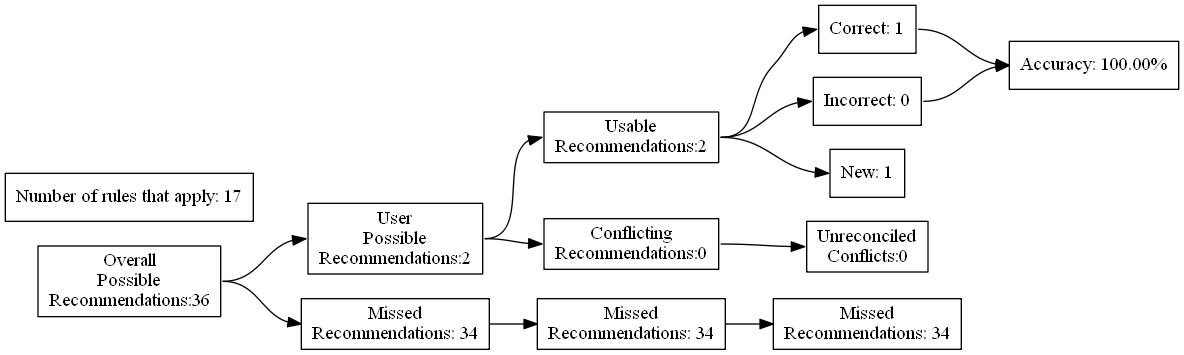
Above: test_renders/9.gv.png in ZaxR/ibd_diet_analysis (Graphviz), before the change. Its source is kept beside it as test_renders/9.gv. Source of this version:
```dot
digraph {
	graph [rankdir=LR]
	node [pos=r shape=box]
	edge [headport=w tailport=e]
		A [label="Overall
Possible
Recommendations:36"]
		B [label="User
Possible
Recommendations:2"]
		C [label="Missed
Recommendations: 34"]
		D [label="Usable
Recommendations:2"]
		E [label="Conflicting
Recommendations:0"]
		J [label="Missed
Recommendations: 34"]
		M [label="Unreconciled
Conflicts:0"]
		F [label="Correct: 1"]
		G [label="Incorrect: 0"]
		H [label="New: 1"]
		K [label="Missed
Recommendations: 34"]
		I [label="Accuracy: 100.00%"]
		l [label="Number of rules that apply: 17"]
			A -> B
			A -> C
			B -> D
			B -> E
			D -> F
			D -> G
			D -> H
			F -> I
			G -> I
			C -> J
			J -> K
			E -> M
}
```
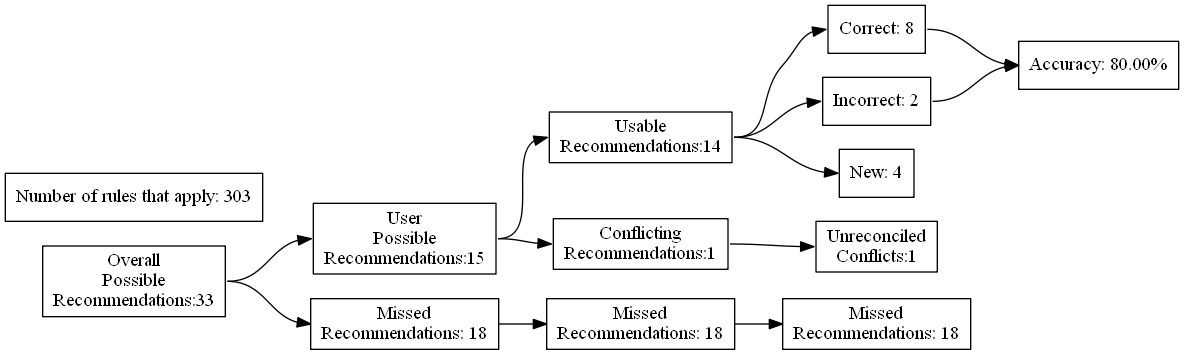
After the commit.

What changed in the source:
```diff
@@ -4,27 +4,27 @@
 	edge [headport=w tailport=e]
 		A [label="Overall
 Possible
-Recommendations:36"]
+Recommendations:33"]
 		B [label="User
 Possible
-Recommendations:2"]
+Recommendations:15"]
 		C [label="Missed
-Recommendations: 34"]
+Recommendations: 18"]
 		D [label="Usable
-Recommendations:2"]
+Recommendations:14"]
 		E [label="Conflicting
-Recommendations:0"]
+Recommendations:1"]
 		J [label="Missed
-Recommendations: 34"]
+Recommendations: 18"]
 		M [label="Unreconciled
-Conflicts:0"]
-		F [label="Correct: 1"]
-		G [label="Incorrect: 0"]
-		H [label="New: 1"]
+Conflicts:1"]
+		F [label="Correct: 8"]
+		G [label="Incorrect: 2"]
+		H [label="New: 4"]
 		K [label="Missed
-Recommendations: 34"]
-		I [label="Accuracy: 100.00%"]
-		l [label="Number of rules that apply: 17"]
+Recommendations: 18"]
+		I [label="Accuracy: 80.00%"]
+		l [label="Number of rules that apply: 303"]
 			A -> B
 			A -> C
 			B -> D
```
